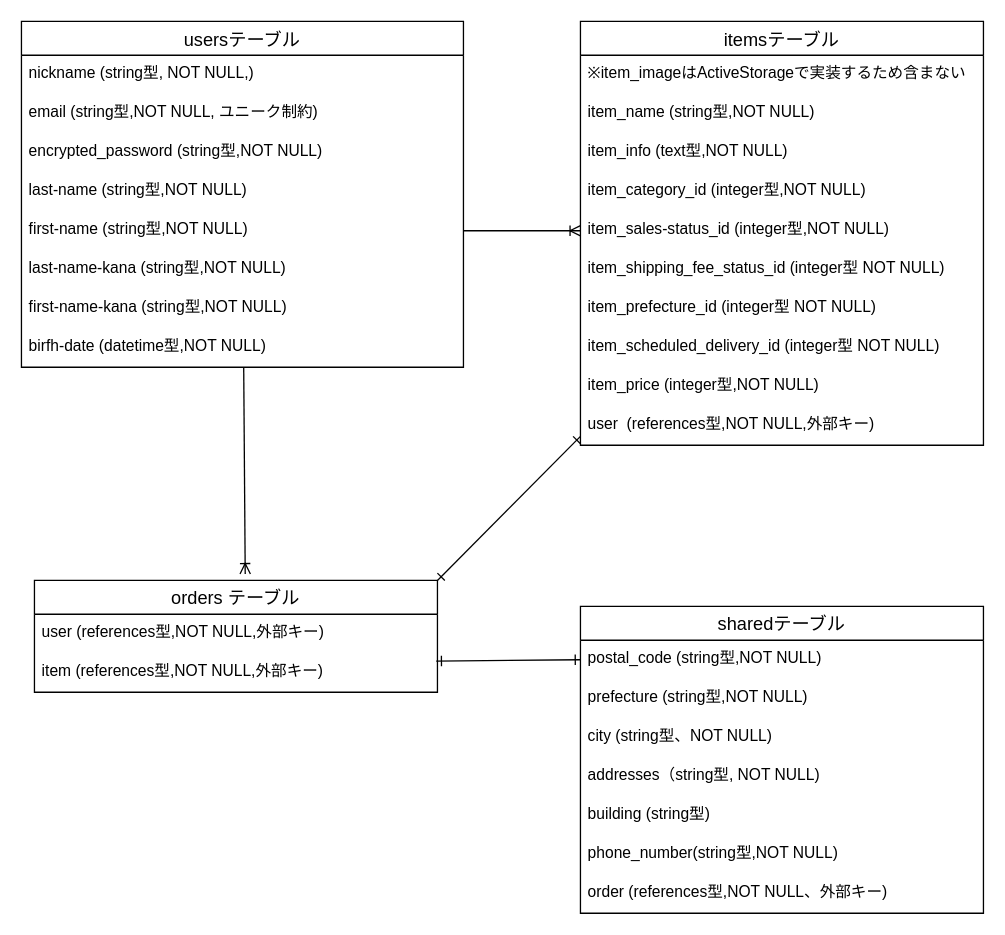
Above: furima.dio in sessi973/furima-37466 (draw.io), before the change. Source tidied: cells renumbered, new cells numbered last; positions are measured from the earlier drawing's top-left corner, leaving out a move shared by most shapes. Both pictures are drawn from the tidied source at 130%, with x=0, y=0 at pixel (21, 21).
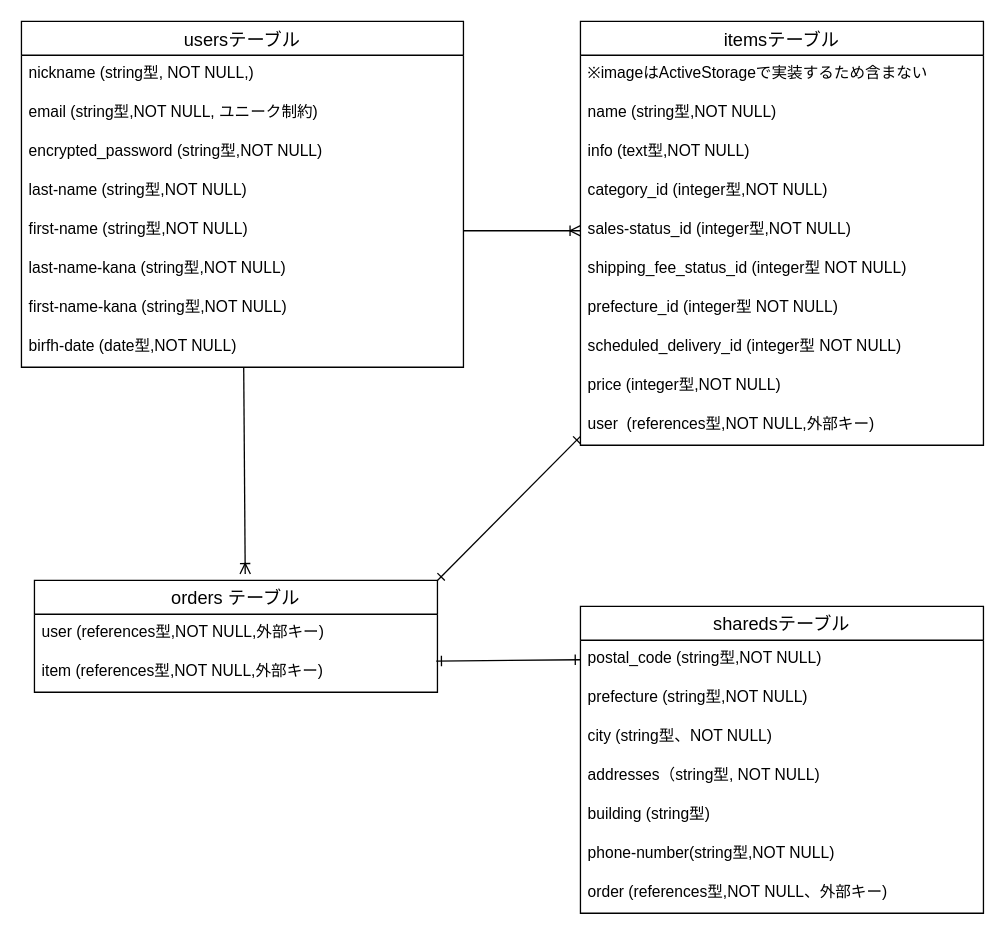
Above is the later version.

Commit message (it also covers changes not shown here):
データベース設計　再修正しました

Unchanged cells that the change refers to:
```xml
<mxCell id="3" value="usersテーブル" style="swimlane;fontStyle=0;horizontal=1;startSize=26;align=center;fontSize=14;" parent="1" vertex="1">
  <mxGeometry width="340" height="266" as="geometry" />
</mxCell>
<mxCell id="16" value="itemsテーブル" style="swimlane;fontStyle=0;horizontal=1;startSize=26;align=center;fontSize=14;" parent="1" vertex="1">
  <mxGeometry x="430" width="310" height="326" as="geometry" />
</mxCell>
```

Diff of the diagram source:
```diff
@@
-    <mxCell id="11" value="birfh-date (datetime型,NOT NULL)" style="text;strokeColor=none;fillColor=none;spacingLeft=4;spacingRight=4;overflow=hidden;fontSize=12;" parent="3" vertex="1">
+    <mxCell id="11" value="birfh-date (date型,NOT NULL)" style="text;strokeColor=none;fillColor=none;spacingLeft=4;spacingRight=4;overflow=hidden;fontSize=12;" parent="3" vertex="1">
       <mxGeometry y="236" width="340" height="30" as="geometry" />
     </mxCell>
@@
-    <mxCell id="17" value="※item_imageはActiveStorageで実装するため含まない" style="text;strokeColor=none;fillColor=none;spacingLeft=4;spacingRight=4;overflow=hidden;fontSize=12;" parent="16" vertex="1">
+    <mxCell id="17" value="※imageはActiveStorageで実装するため含まない" style="text;strokeColor=none;fillColor=none;spacingLeft=4;spacingRight=4;overflow=hidden;fontSize=12;" parent="16" vertex="1">
       <mxGeometry y="26" width="310" height="30" as="geometry" />
     </mxCell>
-    <mxCell id="18" value="item_name (string型,NOT NULL)" style="text;strokeColor=none;fillColor=none;spacingLeft=4;spacingRight=4;overflow=hidden;fontSize=12;" parent="16" vertex="1">
+    <mxCell id="18" value="name (string型,NOT NULL)" style="text;strokeColor=none;fillColor=none;spacingLeft=4;spacingRight=4;overflow=hidden;fontSize=12;" parent="16" vertex="1">
       <mxGeometry y="56" width="310" height="30" as="geometry" />
     </mxCell>
-    <mxCell id="19" value="item_info (text型,NOT NULL)" style="text;strokeColor=none;fillColor=none;spacingLeft=4;spacingRight=4;overflow=hidden;fontSize=12;" parent="16" vertex="1">
+    <mxCell id="19" value="info (text型,NOT NULL)" style="text;strokeColor=none;fillColor=none;spacingLeft=4;spacingRight=4;overflow=hidden;fontSize=12;" parent="16" vertex="1">
       <mxGeometry y="86" width="310" height="30" as="geometry" />
     </mxCell>
-    <mxCell id="20" value="item_category_id (integer型,NOT NULL)" style="text;strokeColor=none;fillColor=none;spacingLeft=4;spacingRight=4;overflow=hidden;fontSize=12;" parent="16" vertex="1">
+    <mxCell id="20" value="category_id (integer型,NOT NULL)" style="text;strokeColor=none;fillColor=none;spacingLeft=4;spacingRight=4;overflow=hidden;fontSize=12;" parent="16" vertex="1">
       <mxGeometry y="116" width="310" height="30" as="geometry" />
     </mxCell>
-    <mxCell id="21" value="item_sales-status_id (integer型,NOT NULL)" style="text;strokeColor=none;fillColor=none;spacingLeft=4;spacingRight=4;overflow=hidden;points=[[0,0.5],[1,0.5]];portConstraint=eastwest;fontSize=12;" parent="16" vertex="1">
+    <mxCell id="21" value="sales-status_id (integer型,NOT NULL)" style="text;strokeColor=none;fillColor=none;spacingLeft=4;spacingRight=4;overflow=hidden;points=[[0,0.5],[1,0.5]];portConstraint=eastwest;fontSize=12;" parent="16" vertex="1">
       <mxGeometry y="146" width="310" height="30" as="geometry" />
     </mxCell>
-    <mxCell id="22" value="item_shipping_fee_status_id (integer型 NOT NULL)" style="text;strokeColor=none;fillColor=none;spacingLeft=4;spacingRight=4;overflow=hidden;fontSize=12;" parent="16" vertex="1">
+    <mxCell id="22" value="shipping_fee_status_id (integer型 NOT NULL)" style="text;strokeColor=none;fillColor=none;spacingLeft=4;spacingRight=4;overflow=hidden;fontSize=12;" parent="16" vertex="1">
       <mxGeometry y="176" width="310" height="30" as="geometry" />
     </mxCell>
-    <mxCell id="23" value="item_prefecture_id (integer型 NOT NULL)" style="text;strokeColor=none;fillColor=none;spacingLeft=4;spacingRight=4;overflow=hidden;fontSize=12;" parent="16" vertex="1">
+    <mxCell id="23" value="prefecture_id (integer型 NOT NULL)" style="text;strokeColor=none;fillColor=none;spacingLeft=4;spacingRight=4;overflow=hidden;fontSize=12;" parent="16" vertex="1">
       <mxGeometry y="206" width="310" height="30" as="geometry" />
     </mxCell>
-    <mxCell id="24" value="item_scheduled_delivery_id (integer型 NOT NULL)" style="text;strokeColor=none;fillColor=none;spacingLeft=4;spacingRight=4;overflow=hidden;fontSize=12;" parent="16" vertex="1">
+    <mxCell id="24" value="scheduled_delivery_id (integer型 NOT NULL)" style="text;strokeColor=none;fillColor=none;spacingLeft=4;spacingRight=4;overflow=hidden;fontSize=12;" parent="16" vertex="1">
       <mxGeometry y="236" width="310" height="30" as="geometry" />
     </mxCell>
-    <mxCell id="25" value="item_price (integer型,NOT NULL)" style="text;strokeColor=none;fillColor=none;spacingLeft=4;spacingRight=4;overflow=hidden;fontSize=12;" parent="16" vertex="1">
+    <mxCell id="25" value="price (integer型,NOT NULL)" style="text;strokeColor=none;fillColor=none;spacingLeft=4;spacingRight=4;overflow=hidden;fontSize=12;" parent="16" vertex="1">
       <mxGeometry y="266" width="310" height="30" as="geometry" />
     </mxCell>
@@
-    <mxCell id="27" value="sharedテーブル" style="swimlane;fontStyle=0;horizontal=1;startSize=26;align=center;fontSize=14;" parent="1" vertex="1">
+    <mxCell id="27" value="sharedsテーブル" style="swimlane;fontStyle=0;horizontal=1;startSize=26;align=center;fontSize=14;" parent="1" vertex="1">
       <mxGeometry x="430" y="450" width="310" height="236" as="geometry" />
     </mxCell>
@@
-    <mxCell id="33" value="phone_number(string型,NOT NULL)" style="text;strokeColor=none;fillColor=none;spacingLeft=4;spacingRight=4;overflow=hidden;fontSize=12;" parent="27" vertex="1">
+    <mxCell id="33" value="phone-number(string型,NOT NULL)" style="text;strokeColor=none;fillColor=none;spacingLeft=4;spacingRight=4;overflow=hidden;fontSize=12;" parent="27" vertex="1">
       <mxGeometry y="176" width="310" height="30" as="geometry" />
     </mxCell>
```
